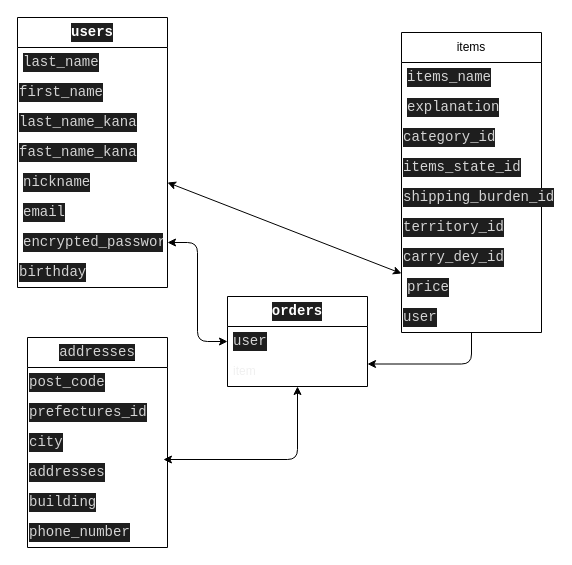
Before: test.dio in alinenae/furima-39953, a draw.io diagram. Source tidied: cells renumbered, new cells numbered last; positions are measured from the earlier drawing's top-left corner, leaving out a move shared by most shapes. Both pictures are drawn from the tidied source at 100%, with x=0, y=0 at pixel (17, 17).
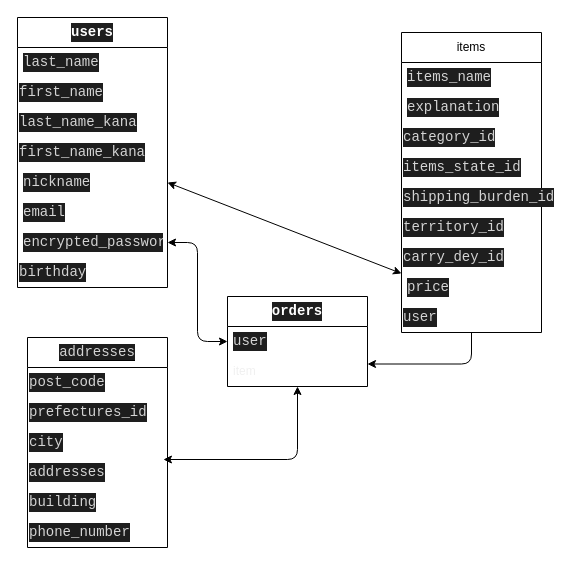
After the change.

The change refers to these unchanged cells:
```xml
<mxCell id="3" value="&lt;div style=&quot;background-color: rgb(30, 30, 30); font-family: Consolas, &amp;quot;Courier New&amp;quot;, monospace; font-size: 14px; line-height: 19px;&quot;&gt;&lt;span style=&quot;font-weight: bold;&quot;&gt;&lt;font color=&quot;#ffffff&quot;&gt;users&lt;/font&gt;&lt;/span&gt;&lt;/div&gt;" style="swimlane;fontStyle=0;horizontal=1;startSize=30;whiteSpace=wrap;html=1;" parent="1" vertex="1">
  <mxGeometry width="150" height="270" as="geometry" />
</mxCell>
```

Change to the diagram source:
```diff
@@
-    <mxCell id="7" value="&lt;div style=&quot;color: rgb(212, 212, 212); background-color: rgb(30, 30, 30); font-family: Consolas, &amp;quot;Courier New&amp;quot;, monospace; font-size: 14px; line-height: 19px;&quot;&gt;fast_name_kana&lt;/div&gt;" style="text;html=1;strokeColor=none;fillColor=none;align=left;verticalAlign=middle;whiteSpace=wrap;rounded=0;fontColor=#FFFFFF;" parent="3" vertex="1">
+    <mxCell id="7" value="&lt;div style=&quot;color: rgb(212, 212, 212); background-color: rgb(30, 30, 30); font-family: Consolas, &amp;quot;Courier New&amp;quot;, monospace; font-size: 14px; line-height: 19px;&quot;&gt;first_name_kana&lt;/div&gt;" style="text;html=1;strokeColor=none;fillColor=none;align=left;verticalAlign=middle;whiteSpace=wrap;rounded=0;fontColor=#FFFFFF;" parent="3" vertex="1">
       <mxGeometry y="120" width="150" height="30" as="geometry" />
     </mxCell>
```
